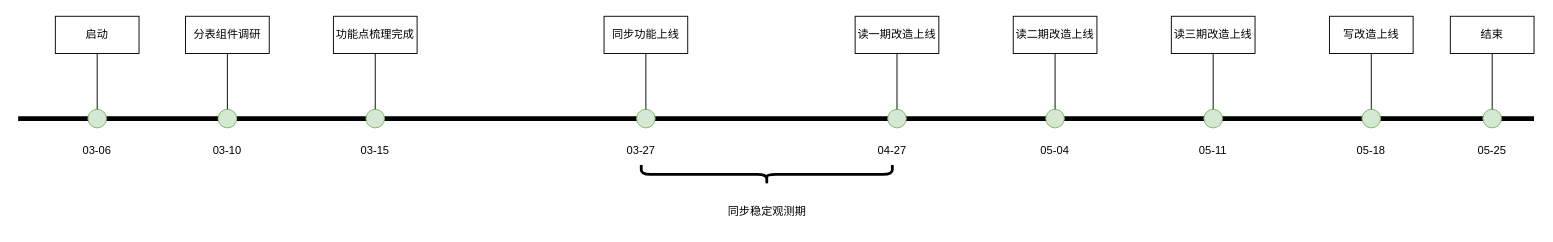
smileLuckBoy/drowio keeps this draw.io diagram as page "第 18 页" (18 of 18) of wiz/WIZ-数据.drawio. Above is the earlier version. Source tidied: cells renumbered, new cells numbered last; positions are measured from the earlier drawing's top-left corner, leaving out a move shared by most shapes. Both pictures are drawn from the tidied source at 93%, with x=0, y=0 at pixel (18, 16).
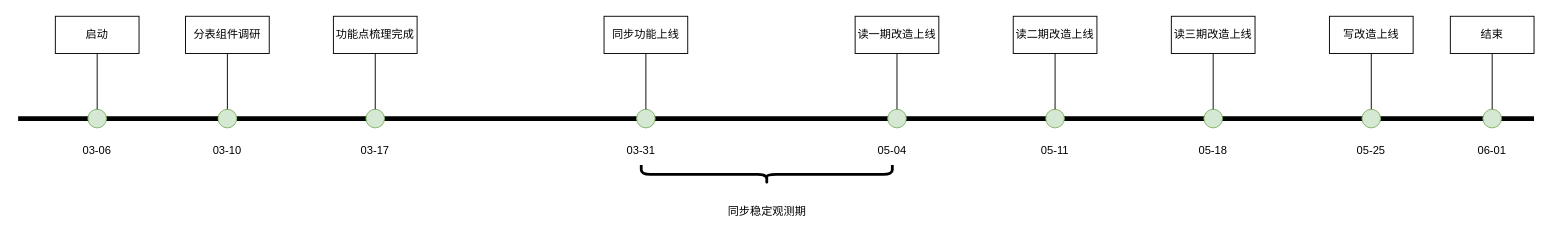
After the change.

What changed in the source:
```diff
@@
-    <mxCell id="9" value="03-15" style="text;html=1;strokeColor=none;fillColor=none;align=center;verticalAlign=middle;whiteSpace=wrap;rounded=0;" parent="1" vertex="1">
+    <mxCell id="9" value="03-17" style="text;html=1;strokeColor=none;fillColor=none;align=center;verticalAlign=middle;whiteSpace=wrap;rounded=0;" parent="1" vertex="1">
       <mxGeometry x="354" y="130" width="60" height="30" as="geometry" />
     </mxCell>
@@
-    <mxCell id="12" value="03-27" style="text;html=1;strokeColor=none;fillColor=none;align=center;verticalAlign=middle;whiteSpace=wrap;rounded=0;" parent="1" vertex="1">
+    <mxCell id="12" value="03-31" style="text;html=1;strokeColor=none;fillColor=none;align=center;verticalAlign=middle;whiteSpace=wrap;rounded=0;" parent="1" vertex="1">
       <mxGeometry x="640" y="130" width="60" height="30" as="geometry" />
     </mxCell>
@@
-    <mxCell id="15" value="04-27" style="text;html=1;strokeColor=none;fillColor=none;align=center;verticalAlign=middle;whiteSpace=wrap;rounded=0;" parent="1" vertex="1">
+    <mxCell id="15" value="05-04" style="text;html=1;strokeColor=none;fillColor=none;align=center;verticalAlign=middle;whiteSpace=wrap;rounded=0;" parent="1" vertex="1">
       <mxGeometry x="910" y="130" width="60" height="30" as="geometry" />
     </mxCell>
@@
-    <mxCell id="22" value="05-04" style="text;html=1;strokeColor=none;fillColor=none;align=center;verticalAlign=middle;whiteSpace=wrap;rounded=0;" parent="1" vertex="1">
+    <mxCell id="22" value="05-11" style="text;html=1;strokeColor=none;fillColor=none;align=center;verticalAlign=middle;whiteSpace=wrap;rounded=0;" parent="1" vertex="1">
       <mxGeometry x="1085" y="130" width="60" height="30" as="geometry" />
     </mxCell>
@@
-    <mxCell id="26" value="05-11" style="text;html=1;strokeColor=none;fillColor=none;align=center;verticalAlign=middle;whiteSpace=wrap;rounded=0;" parent="1" vertex="1">
+    <mxCell id="26" value="05-18" style="text;html=1;strokeColor=none;fillColor=none;align=center;verticalAlign=middle;whiteSpace=wrap;rounded=0;" parent="1" vertex="1">
       <mxGeometry x="1255" y="130" width="60" height="30" as="geometry" />
     </mxCell>
@@
-    <mxCell id="30" value="05-18" style="text;html=1;strokeColor=none;fillColor=none;align=center;verticalAlign=middle;whiteSpace=wrap;rounded=0;" parent="1" vertex="1">
+    <mxCell id="30" value="05-25" style="text;html=1;strokeColor=none;fillColor=none;align=center;verticalAlign=middle;whiteSpace=wrap;rounded=0;" parent="1" vertex="1">
       <mxGeometry x="1425" y="130" width="60" height="30" as="geometry" />
     </mxCell>
@@
-    <mxCell id="40" value="05-25" style="text;html=1;strokeColor=none;fillColor=none;align=center;verticalAlign=middle;whiteSpace=wrap;rounded=0;" parent="1" vertex="1">
+    <mxCell id="40" value="06-01" style="text;html=1;strokeColor=none;fillColor=none;align=center;verticalAlign=middle;whiteSpace=wrap;rounded=0;" parent="1" vertex="1">
       <mxGeometry x="1555" y="130" width="60" height="30" as="geometry" />
     </mxCell>
```
